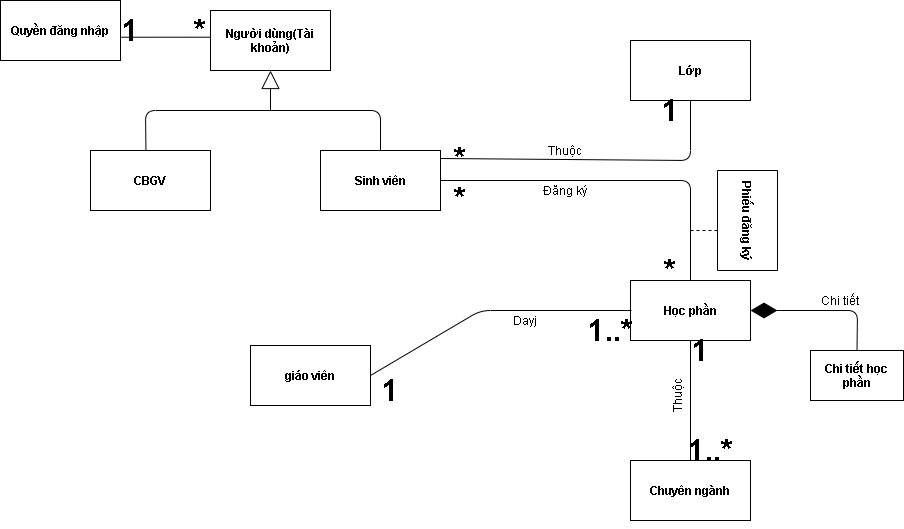
This is Ctk43/Phần Mềm Đăng Ký Học Phần/Class Diagram.drawio.png from Dat0309/Cong-Nghe-Phan-Mem, a draw.io export, as it was before one commit. Source tidied: cells renumbered, new cells last; positions are measured from the earlier drawing's top-left corner, leaving out a move shared by most shapes.
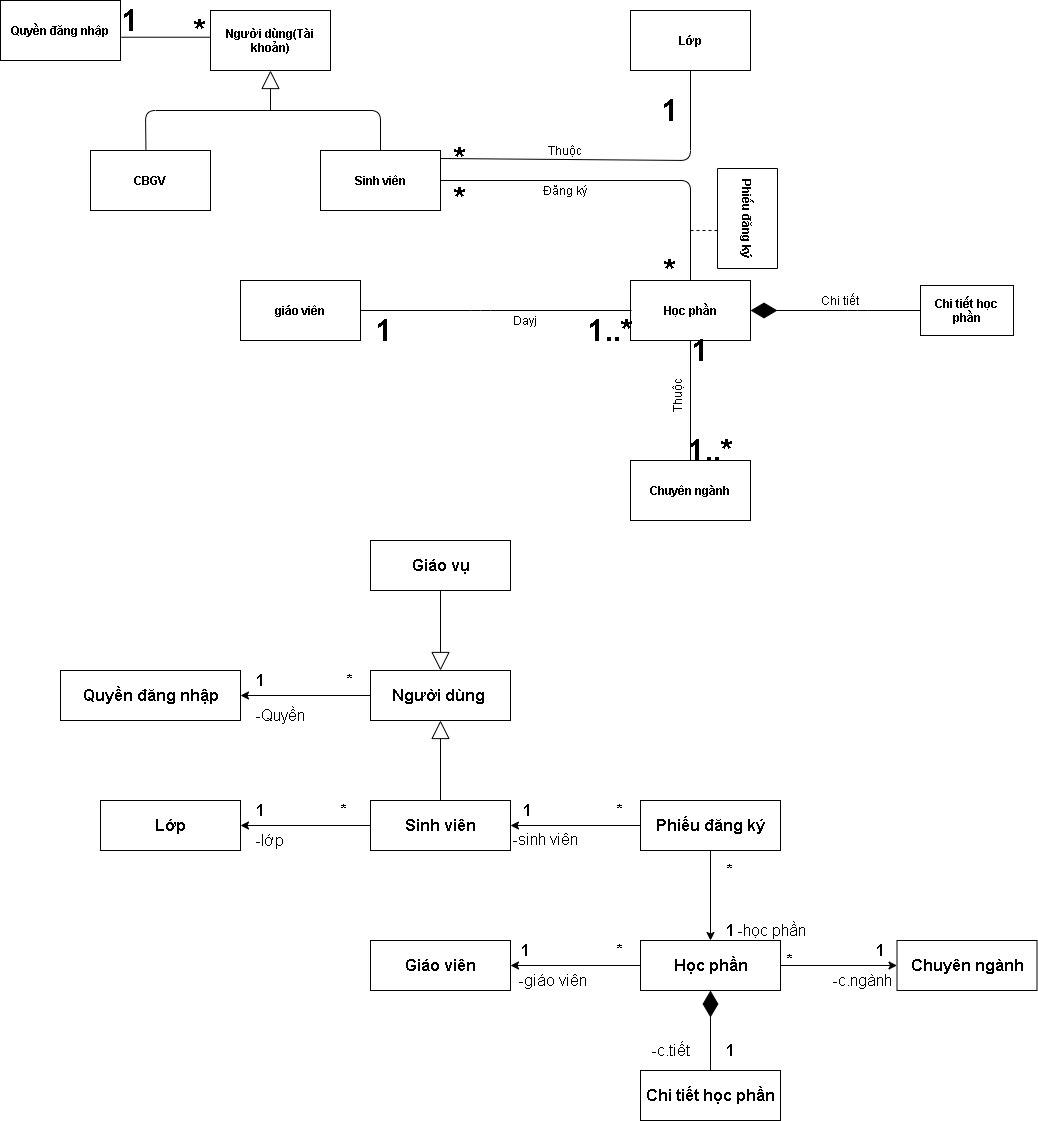
Later version of the same file.

Diff of the diagram source:
```diff
@@ -18,15 +18,15 @@
       <mxGeometry x="90" y="150" width="120" height="60" as="geometry" />
     </mxCell>
     <mxCell id="7" value="&lt;b&gt;Lớp&lt;/b&gt;" style="rounded=0;whiteSpace=wrap;html=1;" parent="1" vertex="1">
-      <mxGeometry x="630" y="40" width="120" height="60" as="geometry" />
+      <mxGeometry x="630" y="10" width="120" height="60" as="geometry" />
     </mxCell>
     <mxCell id="8" value="&lt;b&gt;Chuyên ngành&lt;br&gt;&lt;/b&gt;" style="rounded=0;whiteSpace=wrap;html=1;" parent="1" vertex="1">
       <mxGeometry x="630" y="460" width="120" height="60" as="geometry" />
     </mxCell>
     <mxCell id="9" value="&lt;b&gt;giáo viên&lt;/b&gt;" style="rounded=0;whiteSpace=wrap;html=1;" parent="1" vertex="1">
-      <mxGeometry x="250" y="345" width="120" height="60" as="geometry" />
+      <mxGeometry x="240" y="280" width="120" height="60" as="geometry" />
     </mxCell>
-    <mxCell id="10" style="edgeStyle=orthogonalEdgeStyle;rounded=0;orthogonalLoop=1;jettySize=auto;html=1;exitX=0.5;exitY=1;exitDx=0;exitDy=0;" parent="1" edge="1">
+    <mxCell id="10" style="edgeStyle=orthogonalEdgeStyle;rounded=0;orthogonalLoop=1;jettySize=auto;html=1;exitX=0.5;exitY=1;exitDx=0;exitDy=0;fontStyle=1;fontSize=16;" parent="1" edge="1">
       <mxGeometry relative="1" as="geometry">
         <mxPoint x="444" y="520" as="sourcePoint" />
         <mxPoint x="444" y="520" as="targetPoint" />
@@ -46,7 +46,7 @@
       </mxGeometry>
     </mxCell>
     <mxCell id="13" value="&lt;b&gt;Phiếu đăng ký&lt;/b&gt;" style="rounded=0;whiteSpace=wrap;html=1;rotation=90;" parent="1" vertex="1">
-      <mxGeometry x="697" y="190" width="100" height="60" as="geometry" />
+      <mxGeometry x="697" y="188" width="100" height="60" as="geometry" />
     </mxCell>
     <mxCell id="14" style="endArrow=none;html=1;exitX=0;exitY=0.5;exitDx=0;exitDy=0;entryX=0.5;entryY=1;entryDx=0;entryDy=0;" parent="1" edge="1" source="26" target="7">
       <mxGeometry relative="1" as="geometry">
@@ -70,9 +70,9 @@
       <mxGeometry relative="1" as="geometry" />
     </mxCell>
     <mxCell id="18" value="&lt;b&gt;Chi tiết học phần&lt;/b&gt;" style="rounded=0;whiteSpace=wrap;html=1;" parent="1" vertex="1">
-      <mxGeometry x="810" y="350" width="93" height="50" as="geometry" />
+      <mxGeometry x="920" y="285" width="93" height="50" as="geometry" />
     </mxCell>
-    <mxCell id="19" style="endArrow=diamondThin;endFill=1;endSize=24;html=1;exitX=0.5;exitY=0;exitDx=0;exitDy=0;entryX=1;entryY=0.5;entryDx=0;entryDy=0;" parent="1" edge="1" source="18" target="4">
+    <mxCell id="19" style="endArrow=diamondThin;endFill=1;endSize=24;html=1;exitX=0;exitY=0.5;exitDx=0;exitDy=0;entryX=1;entryY=0.5;entryDx=0;entryDy=0;" parent="1" edge="1" source="18" target="4">
       <mxGeometry relative="1" as="geometry">
         <Array as="points">
           <mxPoint x="857" y="310" />
@@ -110,7 +110,7 @@
       <mxGeometry x="650" y="260" width="40" height="20" as="geometry" />
     </mxCell>
     <mxCell id="30" value="&lt;font style=&quot;font-size: 30px&quot;&gt;1&lt;/font&gt;" style="text;html=1;strokeColor=none;fillColor=none;align=center;verticalAlign=middle;whiteSpace=wrap;rounded=0;rotation=0;fontStyle=1;" parent="1" vertex="1">
-      <mxGeometry x="370" y="380" width="40" height="20" as="geometry" />
+      <mxGeometry x="364" y="320" width="40" height="20" as="geometry" />
     </mxCell>
     <mxCell id="31" value="&lt;font style=&quot;font-size: 30px&quot;&gt;1..*&lt;/font&gt;" style="text;html=1;strokeColor=none;fillColor=none;align=center;verticalAlign=middle;whiteSpace=wrap;rounded=0;rotation=0;fontStyle=1;" parent="1" vertex="1">
       <mxGeometry x="590" y="320" width="40" height="20" as="geometry" />
@@ -119,7 +119,7 @@
       <mxGeometry x="180" y="20" width="40" height="20" as="geometry" />
     </mxCell>
     <mxCell id="33" value="&lt;font style=&quot;font-size: 30px&quot;&gt;1&lt;/font&gt;" style="text;html=1;strokeColor=none;fillColor=none;align=center;verticalAlign=middle;whiteSpace=wrap;rounded=0;rotation=0;fontStyle=1;" parent="1" vertex="1">
-      <mxGeometry x="110" y="20" width="40" height="20" as="geometry" />
+      <mxGeometry x="110" y="10" width="40" height="20" as="geometry" />
     </mxCell>
     <mxCell id="34" style="endArrow=none;html=1;exitX=0.462;exitY=-0.014;exitDx=0;exitDy=0;exitPerimeter=0;entryX=0.5;entryY=0;entryDx=0;entryDy=0;" parent="1" edge="1" source="6" target="3">
       <mxGeometry relative="1" as="geometry">
@@ -137,5 +137,122 @@
     <mxCell id="36" value="Dayj" style="text;html=1;strokeColor=none;fillColor=none;align=center;verticalAlign=middle;whiteSpace=wrap;rounded=0;" parent="1" vertex="1">
       <mxGeometry x="500" y="310" width="50" height="20" as="geometry" />
     </mxCell>
+    <mxCell id="37" value="Quyền đăng nhập" style="html=1;fontStyle=1;fontSize=16;" parent="1" vertex="1">
+      <mxGeometry x="60" y="670" width="180" height="50" as="geometry" />
+    </mxCell>
+    <mxCell id="38" style="endArrow=classic;html=1;entryX=1;entryY=0.5;entryDx=0;entryDy=0;exitX=0;exitY=0.5;exitDx=0;exitDy=0;fontStyle=1;fontSize=16;" parent="1" edge="1" source="39" target="37">
+      <mxGeometry relative="1" as="geometry" />
+    </mxCell>
+    <mxCell id="39" value="Người dùng&amp;nbsp;" style="html=1;fontStyle=1;fontSize=16;" parent="1" vertex="1">
+      <mxGeometry x="370" y="670" width="140" height="50" as="geometry" />
+    </mxCell>
+    <mxCell id="40" value="Giáo vụ" style="html=1;fontStyle=1;fontSize=16;" parent="1" vertex="1">
+      <mxGeometry x="370" y="540" width="140" height="50" as="geometry" />
+    </mxCell>
+    <mxCell id="41" style="endArrow=block;endSize=16;endFill=0;html=1;exitX=0.5;exitY=1;exitDx=0;exitDy=0;entryX=0.5;entryY=0;entryDx=0;entryDy=0;fontStyle=1;fontSize=16;" parent="1" edge="1" source="40" target="39">
+      <mxGeometry relative="1" as="geometry" />
+    </mxCell>
+    <mxCell id="42" value="Sinh viên" style="html=1;fontStyle=1;fontSize=16;" parent="1" vertex="1">
+      <mxGeometry x="370" y="800" width="140" height="50" as="geometry" />
+    </mxCell>
+    <mxCell id="43" style="endArrow=block;endSize=16;endFill=0;html=1;exitX=0.5;exitY=0;exitDx=0;exitDy=0;entryX=0.5;entryY=1;entryDx=0;entryDy=0;fontStyle=1;fontSize=16;" parent="1" edge="1" source="42" target="39">
+      <mxGeometry relative="1" as="geometry" />
+    </mxCell>
+    <mxCell id="44" value="Lớp" style="html=1;fontStyle=1;fontSize=16;" parent="1" vertex="1">
+      <mxGeometry x="100" y="800" width="140" height="50" as="geometry" />
+    </mxCell>
+    <mxCell id="45" style="endArrow=classic;html=1;entryX=1;entryY=0.5;entryDx=0;entryDy=0;exitX=0;exitY=0.5;exitDx=0;exitDy=0;fontStyle=1;fontSize=16;" parent="1" edge="1" source="42" target="44">
+      <mxGeometry relative="1" as="geometry" />
+    </mxCell>
+    <mxCell id="46" value="Phiếu đăng ký" style="html=1;fontStyle=1;fontSize=16;" parent="1" vertex="1">
+      <mxGeometry x="640" y="800" width="140" height="50" as="geometry" />
+    </mxCell>
+    <mxCell id="47" style="endArrow=classic;html=1;entryX=1;entryY=0.5;entryDx=0;entryDy=0;exitX=0;exitY=0.5;exitDx=0;exitDy=0;fontStyle=1;fontSize=16;" parent="1" edge="1" source="46" target="42">
+      <mxGeometry relative="1" as="geometry" />
+    </mxCell>
+    <mxCell id="48" value="Học phần" style="html=1;fontStyle=1;fontSize=16;" parent="1" vertex="1">
+      <mxGeometry x="640" y="940" width="140" height="50" as="geometry" />
+    </mxCell>
+    <mxCell id="49" style="endArrow=classic;html=1;entryX=0.5;entryY=0;entryDx=0;entryDy=0;exitX=0.5;exitY=1;exitDx=0;exitDy=0;fontStyle=1;fontSize=16;" parent="1" edge="1" source="46" target="48">
+      <mxGeometry relative="1" as="geometry" />
+    </mxCell>
+    <mxCell id="50" value="Chuyên ngành" style="html=1;fontStyle=1;fontSize=16;" parent="1" vertex="1">
+      <mxGeometry x="896.5" y="940" width="140" height="50" as="geometry" />
+    </mxCell>
+    <mxCell id="51" style="endArrow=classic;html=1;entryX=0;entryY=0.5;entryDx=0;entryDy=0;exitX=1;exitY=0.5;exitDx=0;exitDy=0;fontStyle=1;fontSize=16;" parent="1" edge="1" source="48" target="50">
+      <mxGeometry relative="1" as="geometry" />
+    </mxCell>
+    <mxCell id="52" value="Giáo viên" style="html=1;fontStyle=1;fontSize=16;" parent="1" vertex="1">
+      <mxGeometry x="370" y="940" width="140" height="50" as="geometry" />
+    </mxCell>
+    <mxCell id="53" style="endArrow=classic;html=1;entryX=1;entryY=0.5;entryDx=0;entryDy=0;exitX=0;exitY=0.5;exitDx=0;exitDy=0;fontStyle=1;fontSize=16;" parent="1" edge="1" source="48" target="52">
+      <mxGeometry relative="1" as="geometry" />
+    </mxCell>
+    <mxCell id="54" value="&lt;span style=&quot;font-size: 16px;&quot;&gt;Chi tiết học phần&lt;/span&gt;" style="rounded=0;whiteSpace=wrap;html=1;fontStyle=1;fontSize=16;" parent="1" vertex="1">
+      <mxGeometry x="640" y="1070" width="140" height="50" as="geometry" />
+    </mxCell>
+    <mxCell id="55" style="endArrow=diamondThin;endFill=1;endSize=24;html=1;exitX=0.5;exitY=0;exitDx=0;exitDy=0;entryX=0.5;entryY=1;entryDx=0;entryDy=0;fontStyle=1;fontSize=16;" parent="1" edge="1" source="54" target="48">
+      <mxGeometry relative="1" as="geometry" />
+    </mxCell>
+    <mxCell id="56" value="&lt;font style=&quot;font-size: 16px;&quot;&gt;1&lt;/font&gt;" style="text;html=1;strokeColor=none;fillColor=none;align=center;verticalAlign=middle;whiteSpace=wrap;rounded=0;rotation=0;fontStyle=1;fontSize=16;" parent="1" vertex="1">
+      <mxGeometry x="240" y="670" width="40" height="20" as="geometry" />
+    </mxCell>
+    <mxCell id="57" value="&lt;font style=&quot;font-size: 16px;&quot;&gt;*&lt;/font&gt;" style="text;html=1;strokeColor=none;fillColor=none;align=center;verticalAlign=middle;whiteSpace=wrap;rounded=0;rotation=0;fontStyle=1;fontSize=16;" parent="1" vertex="1">
+      <mxGeometry x="330" y="670" width="40" height="20" as="geometry" />
+    </mxCell>
+    <mxCell id="58" value="&lt;font style=&quot;font-size: 16px;&quot;&gt;1&lt;/font&gt;" style="text;html=1;strokeColor=none;fillColor=none;align=center;verticalAlign=middle;whiteSpace=wrap;rounded=0;rotation=0;fontStyle=1;fontSize=16;" parent="1" vertex="1">
+      <mxGeometry x="240" y="800" width="40" height="20" as="geometry" />
+    </mxCell>
+    <mxCell id="59" value="&lt;font style=&quot;font-size: 16px;&quot;&gt;*&lt;/font&gt;" style="text;html=1;strokeColor=none;fillColor=none;align=center;verticalAlign=middle;whiteSpace=wrap;rounded=0;rotation=0;fontStyle=1;fontSize=16;" parent="1" vertex="1">
+      <mxGeometry x="324" y="800" width="40" height="20" as="geometry" />
+    </mxCell>
+    <mxCell id="60" value="&lt;font style=&quot;font-size: 16px;&quot;&gt;1&lt;/font&gt;" style="text;html=1;strokeColor=none;fillColor=none;align=center;verticalAlign=middle;whiteSpace=wrap;rounded=0;rotation=0;fontStyle=1;fontSize=16;" parent="1" vertex="1">
+      <mxGeometry x="507" y="800" width="40" height="20" as="geometry" />
+    </mxCell>
+    <mxCell id="61" value="&lt;font style=&quot;font-size: 16px;&quot;&gt;*&lt;/font&gt;" style="text;html=1;strokeColor=none;fillColor=none;align=center;verticalAlign=middle;whiteSpace=wrap;rounded=0;rotation=0;fontStyle=1;fontSize=16;" parent="1" vertex="1">
+      <mxGeometry x="600" y="800" width="40" height="20" as="geometry" />
+    </mxCell>
+    <mxCell id="62" value="&lt;font style=&quot;font-size: 16px;&quot;&gt;*&lt;/font&gt;" style="text;html=1;strokeColor=none;fillColor=none;align=center;verticalAlign=middle;whiteSpace=wrap;rounded=0;rotation=0;fontStyle=1;fontSize=16;" parent="1" vertex="1">
+      <mxGeometry x="710" y="860" width="40" height="20" as="geometry" />
+    </mxCell>
+    <mxCell id="63" value="&lt;font style=&quot;font-size: 16px;&quot;&gt;1&lt;/font&gt;" style="text;html=1;strokeColor=none;fillColor=none;align=center;verticalAlign=middle;whiteSpace=wrap;rounded=0;rotation=0;fontStyle=1;fontSize=16;" parent="1" vertex="1">
+      <mxGeometry x="710" y="920" width="40" height="20" as="geometry" />
+    </mxCell>
+    <mxCell id="64" value="&lt;font style=&quot;font-size: 16px;&quot;&gt;1&lt;/font&gt;" style="text;html=1;strokeColor=none;fillColor=none;align=center;verticalAlign=middle;whiteSpace=wrap;rounded=0;rotation=0;fontStyle=1;fontSize=16;" parent="1" vertex="1">
+      <mxGeometry x="505" y="940" width="40" height="20" as="geometry" />
+    </mxCell>
+    <mxCell id="65" value="&lt;font style=&quot;font-size: 16px;&quot;&gt;*&lt;/font&gt;" style="text;html=1;strokeColor=none;fillColor=none;align=center;verticalAlign=middle;whiteSpace=wrap;rounded=0;rotation=0;fontStyle=1;fontSize=16;" parent="1" vertex="1">
+      <mxGeometry x="600" y="940" width="40" height="20" as="geometry" />
+    </mxCell>
+    <mxCell id="66" value="&lt;font style=&quot;font-size: 16px;&quot;&gt;*&lt;/font&gt;" style="text;html=1;strokeColor=none;fillColor=none;align=center;verticalAlign=middle;whiteSpace=wrap;rounded=0;rotation=0;fontStyle=1;fontSize=16;" parent="1" vertex="1">
+      <mxGeometry x="770" y="950" width="40" height="20" as="geometry" />
+    </mxCell>
+    <mxCell id="67" value="&lt;font style=&quot;font-size: 16px;&quot;&gt;1&lt;/font&gt;" style="text;html=1;strokeColor=none;fillColor=none;align=center;verticalAlign=middle;whiteSpace=wrap;rounded=0;rotation=0;fontStyle=1;fontSize=16;" parent="1" vertex="1">
+      <mxGeometry x="860" y="940" width="40" height="20" as="geometry" />
+    </mxCell>
+    <mxCell id="68" value="&lt;font style=&quot;font-size: 16px;&quot;&gt;1&lt;/font&gt;" style="text;html=1;strokeColor=none;fillColor=none;align=center;verticalAlign=middle;whiteSpace=wrap;rounded=0;rotation=0;fontStyle=1;fontSize=16;" parent="1" vertex="1">
+      <mxGeometry x="710" y="1040" width="40" height="20" as="geometry" />
+    </mxCell>
+    <mxCell id="69" value="&lt;font style=&quot;font-size: 16px&quot;&gt;-Quyền&lt;/font&gt;" style="text;html=1;strokeColor=none;fillColor=none;align=center;verticalAlign=middle;whiteSpace=wrap;rounded=0;rotation=0;fontStyle=0;fontSize=16;" parent="1" vertex="1">
+      <mxGeometry x="250" y="700" width="60" height="30" as="geometry" />
+    </mxCell>
+    <mxCell id="70" value="&lt;font style=&quot;font-size: 16px&quot;&gt;-lớp&lt;/font&gt;" style="text;html=1;strokeColor=none;fillColor=none;align=center;verticalAlign=middle;whiteSpace=wrap;rounded=0;rotation=0;fontStyle=0;fontSize=16;" parent="1" vertex="1">
+      <mxGeometry x="250" y="830" width="40" height="20" as="geometry" />
+    </mxCell>
+    <mxCell id="71" value="&lt;font style=&quot;font-size: 16px&quot;&gt;-sinh viên&lt;/font&gt;" style="text;html=1;strokeColor=none;fillColor=none;align=center;verticalAlign=middle;whiteSpace=wrap;rounded=0;rotation=0;fontStyle=0;fontSize=16;" parent="1" vertex="1">
+      <mxGeometry x="510" y="829" width="70" height="20" as="geometry" />
+    </mxCell>
+    <mxCell id="72" value="&lt;font style=&quot;font-size: 16px&quot;&gt;-giáo viên&lt;/font&gt;" style="text;html=1;strokeColor=none;fillColor=none;align=center;verticalAlign=middle;whiteSpace=wrap;rounded=0;rotation=0;fontStyle=0;fontSize=16;" parent="1" vertex="1">
+      <mxGeometry x="515" y="970" width="75" height="20" as="geometry" />
+    </mxCell>
+    <mxCell id="73" value="&lt;font style=&quot;font-size: 16px&quot;&gt;-học phần&lt;/font&gt;" style="text;html=1;strokeColor=none;fillColor=none;align=center;verticalAlign=middle;whiteSpace=wrap;rounded=0;rotation=0;fontStyle=0;fontSize=16;" parent="1" vertex="1">
+      <mxGeometry x="734" y="920" width="75" height="20" as="geometry" />
+    </mxCell>
+    <mxCell id="74" value="&lt;font style=&quot;font-size: 16px&quot;&gt;-c.ngành&lt;/font&gt;" style="text;html=1;strokeColor=none;fillColor=none;align=center;verticalAlign=middle;whiteSpace=wrap;rounded=0;rotation=0;fontStyle=0;fontSize=16;" parent="1" vertex="1">
+      <mxGeometry x="825" y="970" width="75" height="20" as="geometry" />
+    </mxCell>
+    <mxCell id="75" value="-c.tiết" style="text;html=1;strokeColor=none;fillColor=none;align=center;verticalAlign=middle;whiteSpace=wrap;rounded=0;rotation=0;fontStyle=0;fontSize=16;" parent="1" vertex="1">
+      <mxGeometry x="632.5" y="1040" width="75" height="20" as="geometry" />
+    </mxCell>
   </root>
 </mxGraphModel>
```
